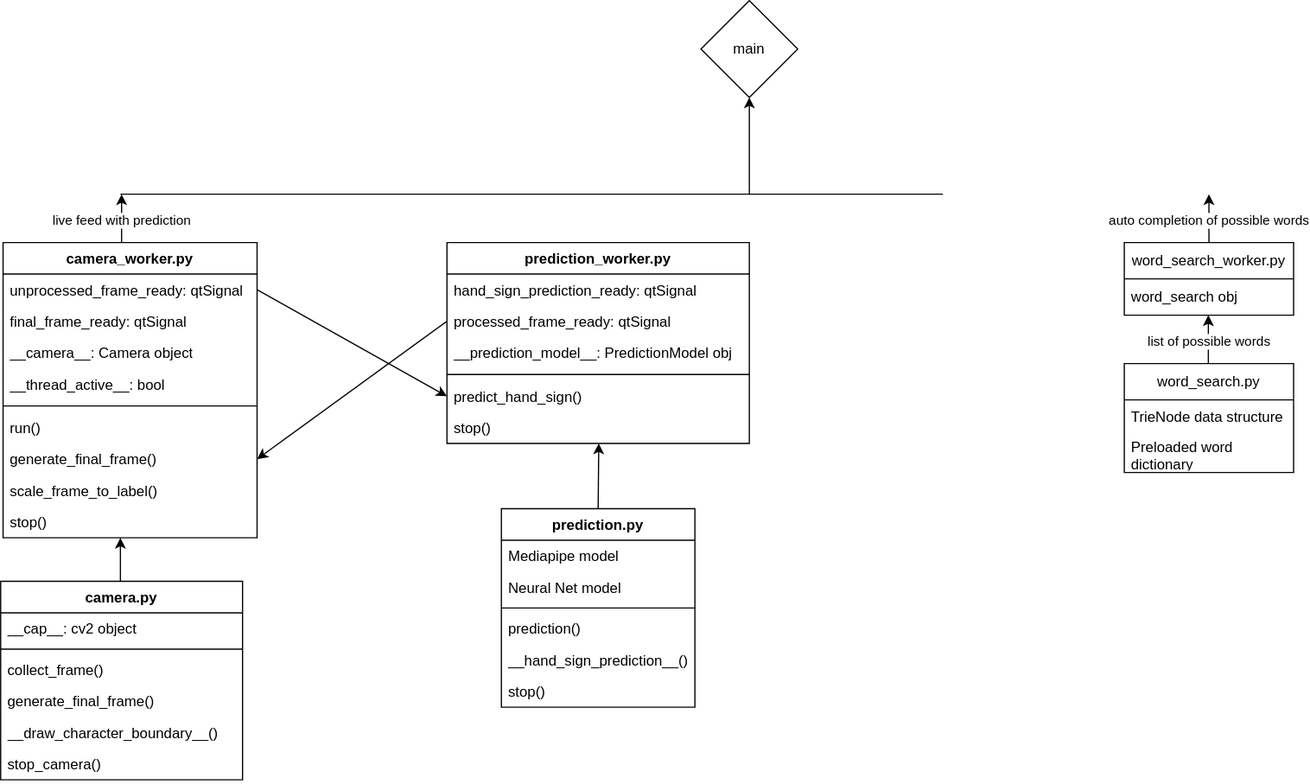
The draw.io diagram Software structure.drawio.svg in SirAbsolute0/Realtime_Sign_Language_Translator, before a commit. Source tidied: cells renumbered, new cells last; positions are measured from the earlier drawing's top-left corner, leaving out a move shared by most shapes.
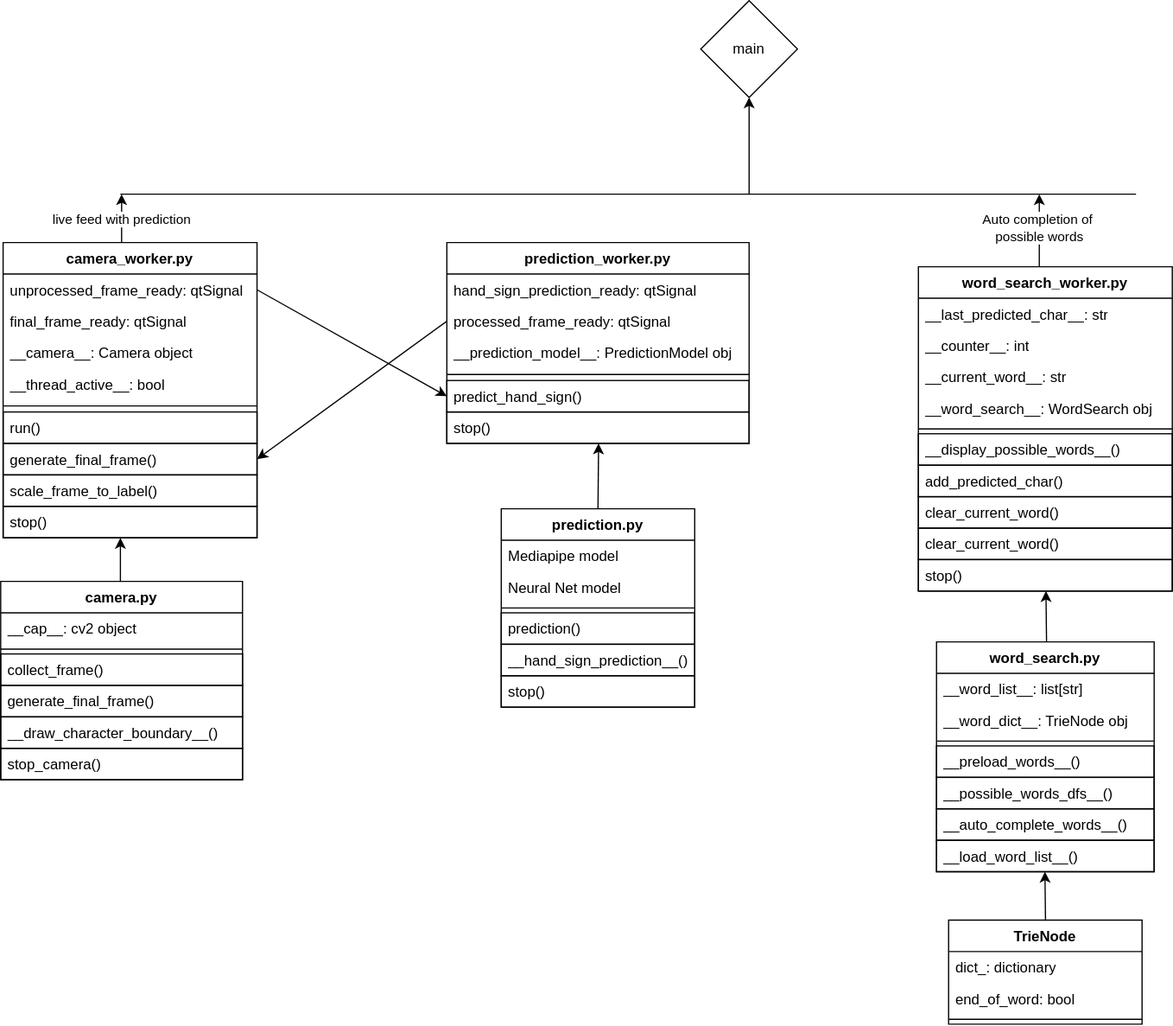
Later version of the same file.

Commit message:
Removed some old files. Updated the software structure diagram and updating Readme section

Diff of the diagram source:
```diff
@@ -13,7 +13,7 @@
     <mxCell id="4" style="endArrow=none;html=1;rounded=0;" parent="1" edge="1">
       <mxGeometry relative="1" as="geometry">
         <mxPoint x="99" y="160" as="sourcePoint" />
-        <mxPoint x="779" y="160" as="targetPoint" />
+        <mxPoint x="939" y="160" as="targetPoint" />
       </mxGeometry>
     </mxCell>
     <mxCell id="5" style="endArrow=classic;html=1;rounded=0;exitX=0.5;exitY=0;exitDx=0;exitDy=0;" parent="1" edge="1">
@@ -25,39 +25,6 @@
     <mxCell id="6" value="live feed with prediction" style="edgeLabel;html=1;align=center;verticalAlign=middle;" parent="5" vertex="1">
       <mxGeometry x="-0.06" relative="1" as="geometry" />
     </mxCell>
-    <mxCell id="7" style="endArrow=classic;html=1;rounded=0;" parent="1" edge="1">
-      <mxGeometry relative="1" as="geometry">
-        <mxPoint x="999" y="200" as="sourcePoint" />
-        <mxPoint x="999" y="160" as="targetPoint" />
-      </mxGeometry>
-    </mxCell>
-    <mxCell id="8" value="auto completion of possible words" style="edgeLabel;html=1;align=center;verticalAlign=middle;" parent="7" vertex="1">
-      <mxGeometry x="-0.06" relative="1" as="geometry" />
-    </mxCell>
-    <mxCell id="9" value="word_search_worker.py" style="swimlane;fontStyle=0;horizontal=1;startSize=30;whiteSpace=wrap;html=1;" parent="1" vertex="1">
-      <mxGeometry x="929" y="200" width="140" height="60" as="geometry" />
-    </mxCell>
-    <mxCell id="10" value="word_search obj" style="text;strokeColor=none;fillColor=none;align=left;verticalAlign=middle;spacingLeft=4;spacingRight=4;overflow=hidden;whiteSpace=wrap;html=1;" parent="9" vertex="1">
-      <mxGeometry y="30" width="140" height="30" as="geometry" />
-    </mxCell>
-    <mxCell id="11" style="endArrow=classic;html=1;rounded=0;" parent="1" edge="1">
-      <mxGeometry relative="1" as="geometry">
-        <mxPoint x="998.5" y="300" as="sourcePoint" />
-        <mxPoint x="998.5" y="260" as="targetPoint" />
-      </mxGeometry>
-    </mxCell>
-    <mxCell id="12" value="list of possible words" style="edgeLabel;html=1;align=center;verticalAlign=middle;" parent="11" vertex="1">
-      <mxGeometry x="-0.06" relative="1" as="geometry" />
-    </mxCell>
-    <mxCell id="13" value="word_search.py" style="swimlane;fontStyle=0;horizontal=1;startSize=30;whiteSpace=wrap;html=1;" parent="1" vertex="1">
-      <mxGeometry x="929" y="300" width="140" height="90" as="geometry" />
-    </mxCell>
-    <mxCell id="14" value="TrieNode data structure" style="text;strokeColor=none;fillColor=none;align=left;verticalAlign=middle;spacingLeft=4;spacingRight=4;overflow=hidden;whiteSpace=wrap;html=1;" parent="13" vertex="1">
-      <mxGeometry y="30" width="140" height="30" as="geometry" />
-    </mxCell>
-    <mxCell id="15" value="Preloaded word dictionary" style="text;strokeColor=none;fillColor=none;align=left;verticalAlign=middle;spacingLeft=4;spacingRight=4;overflow=hidden;whiteSpace=wrap;html=1;" parent="13" vertex="1">
-      <mxGeometry y="60" width="140" height="30" as="geometry" />
-    </mxCell>
     <mxCell id="16" value="camera_worker.py" style="swimlane;fontStyle=1;align=center;verticalAlign=top;horizontal=1;startSize=26;whiteSpace=wrap;html=1;" parent="1" vertex="1">
       <mxGeometry x="2" y="200" width="210" height="244" as="geometry" />
     </mxCell>
@@ -76,16 +43,16 @@
     <mxCell id="21" style="line;strokeWidth=1;fillColor=none;align=left;verticalAlign=middle;spacingTop=-1;spacingLeft=3;spacingRight=3;labelPosition=right;strokeColor=inherit;" parent="16" vertex="1">
       <mxGeometry y="130" width="210" height="10" as="geometry" />
     </mxCell>
-    <mxCell id="22" value="run()" style="text;strokeColor=none;fillColor=none;align=left;verticalAlign=top;spacingLeft=4;spacingRight=4;overflow=hidden;whiteSpace=wrap;html=1;" parent="16" vertex="1">
+    <mxCell id="22" value="run()" style="text;strokeColor=default;fillColor=none;align=left;verticalAlign=top;spacingLeft=4;spacingRight=4;overflow=hidden;whiteSpace=wrap;html=1;" parent="16" vertex="1">
       <mxGeometry y="140" width="210" height="26" as="geometry" />
     </mxCell>
-    <mxCell id="23" value="generate_final_frame()" style="text;strokeColor=none;fillColor=none;align=left;verticalAlign=top;spacingLeft=4;spacingRight=4;overflow=hidden;points=[[0,0.5],[1,0.5]];portConstraint=eastwest;whiteSpace=wrap;html=1;" parent="16" vertex="1">
+    <mxCell id="23" value="generate_final_frame()" style="text;strokeColor=default;fillColor=none;align=left;verticalAlign=top;spacingLeft=4;spacingRight=4;overflow=hidden;points=[[0,0.5],[1,0.5]];portConstraint=eastwest;whiteSpace=wrap;html=1;" parent="16" vertex="1">
       <mxGeometry y="166" width="210" height="26" as="geometry" />
     </mxCell>
-    <mxCell id="24" value="scale_frame_to_label()" style="text;strokeColor=none;fillColor=none;align=left;verticalAlign=top;spacingLeft=4;spacingRight=4;overflow=hidden;whiteSpace=wrap;html=1;" parent="16" vertex="1">
+    <mxCell id="24" value="scale_frame_to_label()" style="text;strokeColor=default;fillColor=none;align=left;verticalAlign=top;spacingLeft=4;spacingRight=4;overflow=hidden;whiteSpace=wrap;html=1;" parent="16" vertex="1">
       <mxGeometry y="192" width="210" height="26" as="geometry" />
     </mxCell>
-    <mxCell id="25" value="stop()" style="text;strokeColor=none;fillColor=none;align=left;verticalAlign=top;spacingLeft=4;spacingRight=4;overflow=hidden;whiteSpace=wrap;html=1;" parent="16" vertex="1">
+    <mxCell id="25" value="stop()" style="text;strokeColor=default;fillColor=none;align=left;verticalAlign=top;spacingLeft=4;spacingRight=4;overflow=hidden;whiteSpace=wrap;html=1;" parent="16" vertex="1">
       <mxGeometry y="218" width="210" height="26" as="geometry" />
     </mxCell>
     <mxCell id="26" value="camera.py" style="swimlane;fontStyle=1;align=center;verticalAlign=top;horizontal=1;startSize=26;whiteSpace=wrap;html=1;" parent="1" vertex="1">
@@ -97,16 +64,16 @@
     <mxCell id="28" style="line;strokeWidth=1;fillColor=none;align=left;verticalAlign=middle;spacingTop=-1;spacingLeft=3;spacingRight=3;labelPosition=right;strokeColor=inherit;" parent="26" vertex="1">
       <mxGeometry y="52" width="200" height="8" as="geometry" />
     </mxCell>
-    <mxCell id="29" value="collect_frame()&amp;nbsp;" style="text;strokeColor=none;fillColor=none;align=left;verticalAlign=top;spacingLeft=4;spacingRight=4;overflow=hidden;whiteSpace=wrap;html=1;" parent="26" vertex="1">
+    <mxCell id="29" value="collect_frame()&amp;nbsp;" style="text;strokeColor=default;fillColor=none;align=left;verticalAlign=top;spacingLeft=4;spacingRight=4;overflow=hidden;whiteSpace=wrap;html=1;" parent="26" vertex="1">
       <mxGeometry y="60" width="200" height="26" as="geometry" />
     </mxCell>
-    <mxCell id="30" value="generate_final_frame()" style="text;strokeColor=none;fillColor=none;align=left;verticalAlign=top;spacingLeft=4;spacingRight=4;overflow=hidden;whiteSpace=wrap;html=1;" parent="26" vertex="1">
+    <mxCell id="30" value="generate_final_frame()" style="text;strokeColor=default;fillColor=none;align=left;verticalAlign=top;spacingLeft=4;spacingRight=4;overflow=hidden;whiteSpace=wrap;html=1;" parent="26" vertex="1">
       <mxGeometry y="86" width="200" height="26" as="geometry" />
     </mxCell>
-    <mxCell id="31" value="__draw_character_boundary__()" style="text;strokeColor=none;fillColor=none;align=left;verticalAlign=top;spacingLeft=4;spacingRight=4;overflow=hidden;whiteSpace=wrap;html=1;" parent="26" vertex="1">
+    <mxCell id="31" value="__draw_character_boundary__()" style="text;strokeColor=default;fillColor=none;align=left;verticalAlign=top;spacingLeft=4;spacingRight=4;overflow=hidden;whiteSpace=wrap;html=1;" parent="26" vertex="1">
       <mxGeometry y="112" width="200" height="26" as="geometry" />
     </mxCell>
-    <mxCell id="32" value="stop_camera()" style="text;strokeColor=none;fillColor=none;align=left;verticalAlign=top;spacingLeft=4;spacingRight=4;overflow=hidden;whiteSpace=wrap;html=1;" parent="26" vertex="1">
+    <mxCell id="32" value="stop_camera()" style="text;strokeColor=default;fillColor=none;align=left;verticalAlign=top;spacingLeft=4;spacingRight=4;overflow=hidden;whiteSpace=wrap;html=1;" parent="26" vertex="1">
       <mxGeometry y="138" width="200" height="26" as="geometry" />
     </mxCell>
     <mxCell id="33" value="prediction_worker.py" style="swimlane;fontStyle=1;align=center;verticalAlign=top;horizontal=1;startSize=26;whiteSpace=wrap;html=1;" parent="1" vertex="1">
@@ -124,10 +91,10 @@
     <mxCell id="37" style="line;strokeWidth=1;fillColor=none;align=left;verticalAlign=middle;spacingTop=-1;spacingLeft=3;spacingRight=3;labelPosition=right;strokeColor=inherit;" parent="33" vertex="1">
       <mxGeometry y="104" width="250" height="10" as="geometry" />
     </mxCell>
-    <mxCell id="38" value="predict_hand_sign()" style="text;strokeColor=none;fillColor=none;align=left;verticalAlign=top;spacingLeft=4;spacingRight=4;overflow=hidden;points=[[0,0.5],[1,0.5]];portConstraint=eastwest;whiteSpace=wrap;html=1;" parent="33" vertex="1">
+    <mxCell id="38" value="predict_hand_sign()" style="text;strokeColor=default;fillColor=none;align=left;verticalAlign=top;spacingLeft=4;spacingRight=4;overflow=hidden;points=[[0,0.5],[1,0.5]];portConstraint=eastwest;whiteSpace=wrap;html=1;" parent="33" vertex="1">
       <mxGeometry y="114" width="250" height="26" as="geometry" />
     </mxCell>
-    <mxCell id="39" value="stop()" style="text;strokeColor=none;fillColor=none;align=left;verticalAlign=top;spacingLeft=4;spacingRight=4;overflow=hidden;points=[[0,0.5],[1,0.5]];portConstraint=eastwest;whiteSpace=wrap;html=1;" parent="33" vertex="1">
+    <mxCell id="39" value="stop()" style="text;strokeColor=default;fillColor=none;align=left;verticalAlign=top;spacingLeft=4;spacingRight=4;overflow=hidden;points=[[0,0.5],[1,0.5]];portConstraint=eastwest;whiteSpace=wrap;html=1;" parent="33" vertex="1">
       <mxGeometry y="140" width="250" height="26" as="geometry" />
     </mxCell>
     <mxCell id="40" style="endArrow=classic;html=1;rounded=0;exitX=1;exitY=0.5;exitDx=0;exitDy=0;entryX=0;entryY=0.5;entryDx=0;entryDy=0;" parent="1" edge="1" source="17" target="38">
@@ -148,13 +115,13 @@
     <mxCell id="45" style="line;strokeWidth=1;fillColor=none;align=left;verticalAlign=middle;spacingTop=-1;spacingLeft=3;spacingRight=3;labelPosition=right;strokeColor=inherit;" parent="42" vertex="1">
       <mxGeometry y="78" width="160" height="8" as="geometry" />
     </mxCell>
-    <mxCell id="46" value="prediction()" style="text;strokeColor=none;fillColor=none;align=left;verticalAlign=top;spacingLeft=4;spacingRight=4;overflow=hidden;whiteSpace=wrap;html=1;" parent="42" vertex="1">
+    <mxCell id="46" value="prediction()" style="text;strokeColor=default;fillColor=none;align=left;verticalAlign=top;spacingLeft=4;spacingRight=4;overflow=hidden;whiteSpace=wrap;html=1;" parent="42" vertex="1">
       <mxGeometry y="86" width="160" height="26" as="geometry" />
     </mxCell>
-    <mxCell id="47" value="__hand_sign_prediction__()" style="text;strokeColor=none;fillColor=none;align=left;verticalAlign=top;spacingLeft=4;spacingRight=4;overflow=hidden;whiteSpace=wrap;html=1;" parent="42" vertex="1">
+    <mxCell id="47" value="__hand_sign_prediction__()" style="text;strokeColor=default;fillColor=none;align=left;verticalAlign=top;spacingLeft=4;spacingRight=4;overflow=hidden;whiteSpace=wrap;html=1;" parent="42" vertex="1">
       <mxGeometry y="112" width="160" height="26" as="geometry" />
     </mxCell>
-    <mxCell id="48" value="stop()" style="text;strokeColor=none;fillColor=none;align=left;verticalAlign=top;spacingLeft=4;spacingRight=4;overflow=hidden;whiteSpace=wrap;html=1;" parent="42" vertex="1">
+    <mxCell id="48" value="stop()" style="text;strokeColor=default;fillColor=none;align=left;verticalAlign=top;spacingLeft=4;spacingRight=4;overflow=hidden;whiteSpace=wrap;html=1;" parent="42" vertex="1">
       <mxGeometry y="138" width="160" height="26" as="geometry" />
     </mxCell>
     <mxCell id="49" style="endArrow=classic;html=1;rounded=0;" parent="1" edge="1">
@@ -166,5 +133,97 @@
     <mxCell id="50" style="endArrow=classic;html=1;rounded=0;entryX=0.502;entryY=0.997;entryDx=0;entryDy=0;entryPerimeter=0;exitX=0.5;exitY=0;exitDx=0;exitDy=0;" parent="1" edge="1" source="42" target="39">
       <mxGeometry relative="1" as="geometry" />
     </mxCell>
+    <mxCell id="51" style="endArrow=classic;html=1;rounded=0;" parent="1" edge="1">
+      <mxGeometry relative="1" as="geometry">
+        <mxPoint x="859" y="220" as="sourcePoint" />
+        <mxPoint x="859" y="160" as="targetPoint" />
+      </mxGeometry>
+    </mxCell>
+    <mxCell id="52" value="Auto completion of&amp;nbsp;&lt;div&gt;possible words&lt;/div&gt;" style="edgeLabel;html=1;align=center;verticalAlign=middle;" parent="51" vertex="1">
+      <mxGeometry x="0.07" y="-1" relative="1" as="geometry">
+        <mxPoint x="-1" as="offset" />
+      </mxGeometry>
+    </mxCell>
+    <mxCell id="9" value="word_search_worker.py" style="swimlane;fontStyle=1;align=center;verticalAlign=top;horizontal=1;startSize=26;whiteSpace=wrap;html=1;" parent="1" vertex="1">
+      <mxGeometry x="759" y="220" width="210" height="268" as="geometry" />
+    </mxCell>
+    <mxCell id="53" value="__last_predicted_char__: str" style="text;strokeColor=none;fillColor=none;align=left;verticalAlign=top;spacingLeft=4;spacingRight=4;overflow=hidden;whiteSpace=wrap;html=1;" parent="9" vertex="1">
+      <mxGeometry y="26" width="210" height="26" as="geometry" />
+    </mxCell>
+    <mxCell id="54" value="__counter__: int" style="text;strokeColor=none;fillColor=none;align=left;verticalAlign=top;spacingLeft=4;spacingRight=4;overflow=hidden;whiteSpace=wrap;html=1;" parent="9" vertex="1">
+      <mxGeometry y="52" width="210" height="26" as="geometry" />
+    </mxCell>
+    <mxCell id="55" value="__current_word__: str" style="text;strokeColor=none;fillColor=none;align=left;verticalAlign=top;spacingLeft=4;spacingRight=4;overflow=hidden;whiteSpace=wrap;html=1;" parent="9" vertex="1">
+      <mxGeometry y="78" width="210" height="26" as="geometry" />
+    </mxCell>
+    <mxCell id="56" value="__word_search__: WordSearch obj" style="text;strokeColor=none;fillColor=none;align=left;verticalAlign=top;spacingLeft=4;spacingRight=4;overflow=hidden;whiteSpace=wrap;html=1;" parent="9" vertex="1">
+      <mxGeometry y="104" width="210" height="26" as="geometry" />
+    </mxCell>
+    <mxCell id="57" style="line;strokeWidth=1;fillColor=none;align=left;verticalAlign=middle;spacingTop=-1;spacingLeft=3;spacingRight=3;labelPosition=right;strokeColor=inherit;" parent="9" vertex="1">
+      <mxGeometry y="130" width="210" height="8" as="geometry" />
+    </mxCell>
+    <mxCell id="58" value="__display_possible_words__()" style="text;strokeColor=default;fillColor=none;align=left;verticalAlign=top;spacingLeft=4;spacingRight=4;overflow=hidden;whiteSpace=wrap;html=1;" parent="9" vertex="1">
+      <mxGeometry y="138" width="210" height="26" as="geometry" />
+    </mxCell>
+    <mxCell id="59" value="add_predicted_char()" style="text;strokeColor=default;fillColor=none;align=left;verticalAlign=top;spacingLeft=4;spacingRight=4;overflow=hidden;whiteSpace=wrap;html=1;" parent="9" vertex="1">
+      <mxGeometry y="164" width="210" height="26" as="geometry" />
+    </mxCell>
+    <mxCell id="60" value="clear_current_word()" style="text;strokeColor=default;fillColor=none;align=left;verticalAlign=top;spacingLeft=4;spacingRight=4;overflow=hidden;whiteSpace=wrap;html=1;" parent="9" vertex="1">
+      <mxGeometry y="190" width="210" height="26" as="geometry" />
+    </mxCell>
+    <mxCell id="61" value="clear_current_word()" style="text;strokeColor=default;fillColor=none;align=left;verticalAlign=top;spacingLeft=4;spacingRight=4;overflow=hidden;whiteSpace=wrap;html=1;" parent="9" vertex="1">
+      <mxGeometry y="216" width="210" height="26" as="geometry" />
+    </mxCell>
+    <mxCell id="62" value="stop()" style="text;strokeColor=default;fillColor=none;align=left;verticalAlign=top;spacingLeft=4;spacingRight=4;overflow=hidden;whiteSpace=wrap;html=1;" parent="9" vertex="1">
+      <mxGeometry y="242" width="210" height="26" as="geometry" />
+    </mxCell>
+    <mxCell id="63" style="endArrow=classic;html=1;rounded=0;entryX=0.502;entryY=0.997;entryDx=0;entryDy=0;entryPerimeter=0;" parent="1" edge="1">
+      <mxGeometry relative="1" as="geometry">
+        <mxPoint x="865" y="530" as="sourcePoint" />
+        <mxPoint x="864.5" y="488" as="targetPoint" />
+      </mxGeometry>
+    </mxCell>
+    <mxCell id="13" value="word_search.py" style="swimlane;fontStyle=1;align=center;verticalAlign=top;horizontal=1;startSize=26;whiteSpace=wrap;html=1;" parent="1" vertex="1">
+      <mxGeometry x="774" y="530" width="180" height="190" as="geometry" />
+    </mxCell>
+    <mxCell id="64" value="__word_list__: list[str]" style="text;strokeColor=none;fillColor=none;align=left;verticalAlign=top;spacingLeft=4;spacingRight=4;overflow=hidden;whiteSpace=wrap;html=1;" parent="13" vertex="1">
+      <mxGeometry y="26" width="180" height="26" as="geometry" />
+    </mxCell>
+    <mxCell id="65" value="__word_dict__: TrieNode obj" style="text;strokeColor=none;fillColor=none;align=left;verticalAlign=top;spacingLeft=4;spacingRight=4;overflow=hidden;whiteSpace=wrap;html=1;" parent="13" vertex="1">
+      <mxGeometry y="52" width="180" height="26" as="geometry" />
+    </mxCell>
+    <mxCell id="66" style="line;strokeWidth=1;fillColor=none;align=left;verticalAlign=middle;spacingTop=-1;spacingLeft=3;spacingRight=3;labelPosition=right;strokeColor=inherit;" parent="13" vertex="1">
+      <mxGeometry y="78" width="180" height="8" as="geometry" />
+    </mxCell>
+    <mxCell id="67" value="__preload_words__()" style="text;strokeColor=default;fillColor=none;align=left;verticalAlign=top;spacingLeft=4;spacingRight=4;overflow=hidden;whiteSpace=wrap;html=1;" parent="13" vertex="1">
+      <mxGeometry y="86" width="180" height="26" as="geometry" />
+    </mxCell>
+    <mxCell id="68" value="__possible_words_dfs__()" style="text;strokeColor=default;fillColor=none;align=left;verticalAlign=top;spacingLeft=4;spacingRight=4;overflow=hidden;whiteSpace=wrap;html=1;" parent="13" vertex="1">
+      <mxGeometry y="112" width="180" height="26" as="geometry" />
+    </mxCell>
+    <mxCell id="69" value="__auto_complete_words__()" style="text;strokeColor=default;fillColor=none;align=left;verticalAlign=top;spacingLeft=4;spacingRight=4;overflow=hidden;whiteSpace=wrap;html=1;" parent="13" vertex="1">
+      <mxGeometry y="138" width="180" height="26" as="geometry" />
+    </mxCell>
+    <mxCell id="70" value="__load_word_list__()" style="text;strokeColor=default;fillColor=none;align=left;verticalAlign=top;spacingLeft=4;spacingRight=4;overflow=hidden;whiteSpace=wrap;html=1;" parent="13" vertex="1">
+      <mxGeometry y="164" width="180" height="26" as="geometry" />
+    </mxCell>
+    <mxCell id="71" style="endArrow=classic;html=1;rounded=0;entryX=0.502;entryY=0.997;entryDx=0;entryDy=0;entryPerimeter=0;" parent="1" edge="1">
+      <mxGeometry relative="1" as="geometry">
+        <mxPoint x="864.2" y="762" as="sourcePoint" />
+        <mxPoint x="863.7" y="720" as="targetPoint" />
+      </mxGeometry>
+    </mxCell>
+    <mxCell id="72" value="TrieNode" style="swimlane;fontStyle=1;align=center;verticalAlign=top;horizontal=1;startSize=26;whiteSpace=wrap;html=1;" parent="1" vertex="1">
+      <mxGeometry x="784" y="760" width="160" height="86" as="geometry" />
+    </mxCell>
+    <mxCell id="73" value="dict_: dictionary" style="text;strokeColor=none;fillColor=none;align=left;verticalAlign=top;spacingLeft=4;spacingRight=4;overflow=hidden;whiteSpace=wrap;html=1;" parent="72" vertex="1">
+      <mxGeometry y="26" width="160" height="26" as="geometry" />
+    </mxCell>
+    <mxCell id="74" value="end_of_word: bool" style="text;strokeColor=none;fillColor=none;align=left;verticalAlign=top;spacingLeft=4;spacingRight=4;overflow=hidden;whiteSpace=wrap;html=1;" parent="72" vertex="1">
+      <mxGeometry y="52" width="160" height="26" as="geometry" />
+    </mxCell>
+    <mxCell id="75" style="line;strokeWidth=1;fillColor=none;align=left;verticalAlign=middle;spacingTop=-1;spacingLeft=3;spacingRight=3;labelPosition=right;strokeColor=inherit;" parent="72" vertex="1">
+      <mxGeometry y="78" width="160" height="8" as="geometry" />
+    </mxCell>
   </root>
 </mxGraphModel>
```
